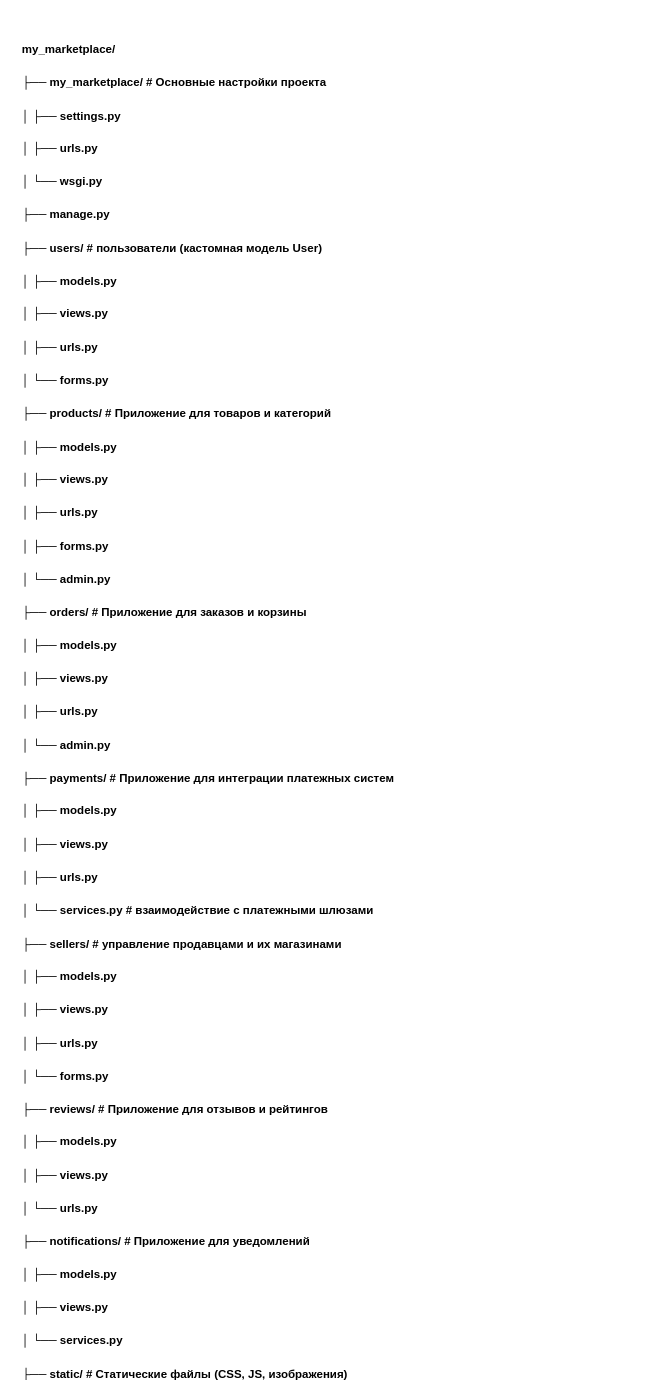
Romario82/Pr-e keeps this draw.io diagram as main.drawio. Above is the earlier version. Source tidied: cells renumbered, new cells numbered last; positions are measured from the earlier drawing's top-left corner, leaving out a move shared by most shapes. Both pictures are drawn from the tidied source at 115%, with x=0, y=0 at pixel (20, 20).
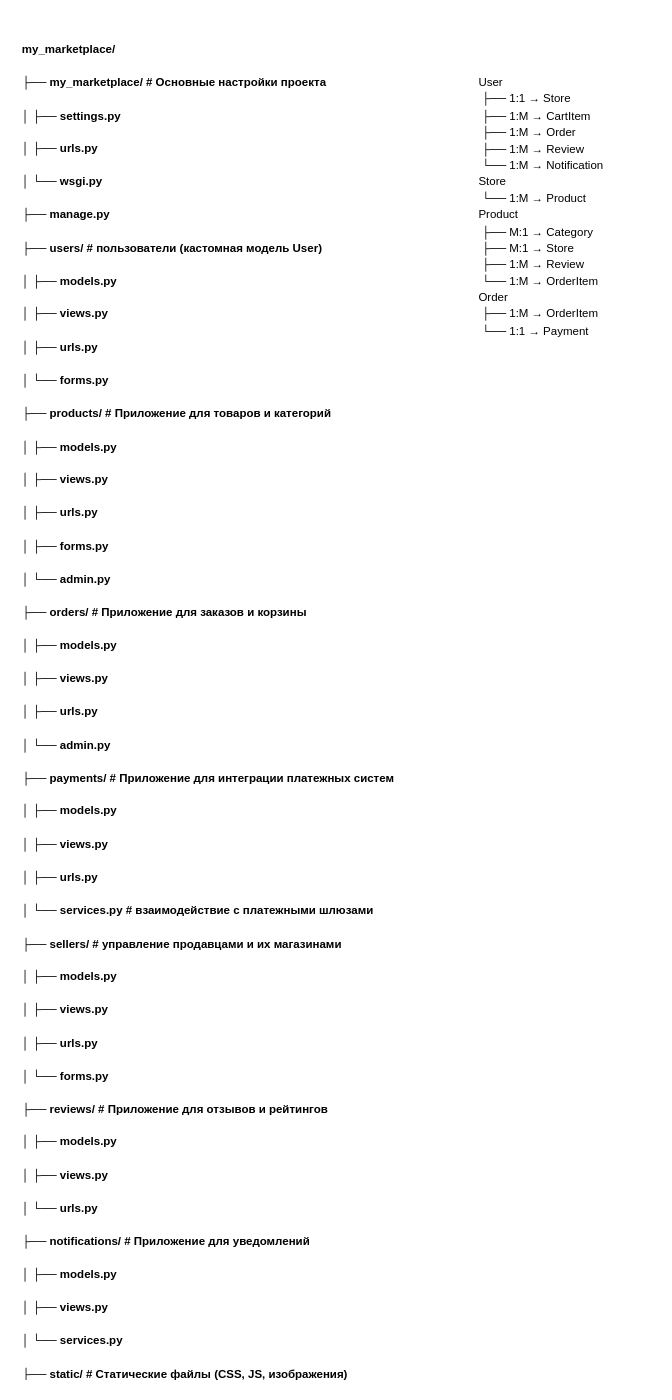
After the change.

Diff of the diagram source:
```diff
@@
 <mxGraphModel>
   <root>
     <mxCell id="0" />
     <mxCell id="1" parent="0" />
     <mxCell id="2" value="&lt;h1 style=&quot;margin-top: 0px;&quot;&gt;&lt;font style=&quot;font-size: 10px;&quot;&gt;my_marketplace/&lt;br&gt;├── my_marketplace/  # Основные настройки проекта&lt;br&gt;│   ├── settings.py&lt;br&gt;│   ├── urls.py&lt;br&gt;│   └── wsgi.py&lt;br&gt;├── manage.py&lt;br&gt;├── users/         # пользователи (кастомная модель User)&lt;br&gt;│   ├── models.py&lt;br&gt;│   ├── views.py&lt;br&gt;│   ├── urls.py&lt;br&gt;│   └── forms.py&lt;br&gt;├── products/      # Приложение для товаров и категорий&lt;br&gt;│   ├── models.py&lt;br&gt;│   ├── views.py&lt;br&gt;│   ├── urls.py&lt;br&gt;│   ├── forms.py&lt;br&gt;│   └── admin.py&lt;br&gt;├── orders/        # Приложение для заказов и корзины&lt;br&gt;│   ├── models.py&lt;br&gt;│   ├── views.py&lt;br&gt;│   ├── urls.py&lt;br&gt;│   └── admin.py&lt;br&gt;├── payments/      # Приложение для интеграции платежных систем&lt;br&gt;│   ├── models.py&lt;br&gt;│   ├── views.py&lt;br&gt;│   ├── urls.py&lt;br&gt;│   └── services.py # взаимодействие с платежными шлюзами&lt;br&gt;├── sellers/       # управление продавцами и их магазинами&lt;br&gt;│   ├── models.py&lt;br&gt;│   ├── views.py&lt;br&gt;│   ├── urls.py&lt;br&gt;│   └── forms.py&lt;br&gt;├── reviews/       # Приложение для отзывов и рейтингов&lt;br&gt;│   ├── models.py&lt;br&gt;│   ├── views.py&lt;br&gt;│   └── urls.py&lt;br&gt;├── notifications/ # Приложение для уведомлений&lt;br&gt;│   ├── models.py&lt;br&gt;│   ├── views.py&lt;br&gt;│   └── services.py&lt;br&gt;├── static/        # Статические файлы (CSS, JS, изображения)&lt;br&gt;└── templates/     # Шаблоны Django&lt;/font&gt;&lt;/h1&gt;" style="text;html=1;whiteSpace=wrap;overflow=hidden;rounded=0;" parent="1" vertex="1">
       <mxGeometry width="330" height="1180" as="geometry" />
     </mxCell>
+    <mxCell id="3" value="&lt;p style=&quot;margin-top: 0px;&quot;&gt;&lt;font style=&quot;font-size: 10px;&quot;&gt;&lt;font style=&quot;font-weight: normal;&quot;&gt;User&lt;br&gt;&lt;/font&gt;&lt;font style=&quot;font-weight: normal;&quot;&gt;&amp;nbsp;├── 1:1 → Store&lt;br&gt;&lt;/font&gt;&lt;font style=&quot;font-weight: normal;&quot;&gt;&amp;nbsp;├── 1:M → CartItem&lt;br&gt;&lt;/font&gt;&lt;font style=&quot;font-weight: normal;&quot;&gt;&amp;nbsp;├── 1:M → Order&lt;br&gt;&lt;/font&gt;&lt;font style=&quot;font-weight: normal;&quot;&gt;&amp;nbsp;├── 1:M → Review&lt;br&gt;&lt;/font&gt;&lt;font style=&quot;font-weight: normal;&quot;&gt;&amp;nbsp;└── 1:M → Notification&lt;/font&gt;&lt;font style=&quot;font-weight: normal;&quot;&gt;&lt;br&gt;&lt;/font&gt;&lt;font style=&quot;font-weight: normal;&quot;&gt;Store&lt;br&gt;&lt;/font&gt;&lt;font style=&quot;font-weight: normal;&quot;&gt;&amp;nbsp;└── 1:M → Product&lt;/font&gt;&lt;font style=&quot;font-weight: normal;&quot;&gt;&lt;br&gt;&lt;/font&gt;&lt;font style=&quot;font-weight: normal;&quot;&gt;Product&lt;br&gt;&lt;/font&gt;&lt;font style=&quot;font-weight: normal;&quot;&gt;&amp;nbsp;├── M:1 → Category&lt;br&gt;&lt;/font&gt;&lt;font style=&quot;font-weight: normal;&quot;&gt;&amp;nbsp;├── M:1 → Store&lt;br&gt;&lt;/font&gt;&lt;font style=&quot;font-weight: normal;&quot;&gt;&amp;nbsp;├── 1:M → Review&lt;br&gt;&lt;/font&gt;&lt;font style=&quot;font-weight: normal;&quot;&gt;&amp;nbsp;└── 1:M → OrderItem&lt;/font&gt;&lt;font style=&quot;font-weight: normal;&quot;&gt;&lt;br&gt;&lt;/font&gt;&lt;font style=&quot;font-weight: normal;&quot;&gt;Order&lt;br&gt;&lt;/font&gt;&lt;font style=&quot;font-weight: normal;&quot;&gt;&amp;nbsp;├── 1:M → OrderItem&lt;br&gt;&lt;/font&gt;&lt;font style=&quot;font-weight: normal;&quot;&gt;&amp;nbsp;└── 1:1 → Payment&lt;/font&gt;&lt;/font&gt;&lt;/p&gt;" style="text;html=1;whiteSpace=wrap;overflow=hidden;rounded=0;" parent="1" vertex="1">
+      <mxGeometry x="397" y="40" width="153" height="250" as="geometry" />
+    </mxCell>
   </root>
 </mxGraphModel>
```
